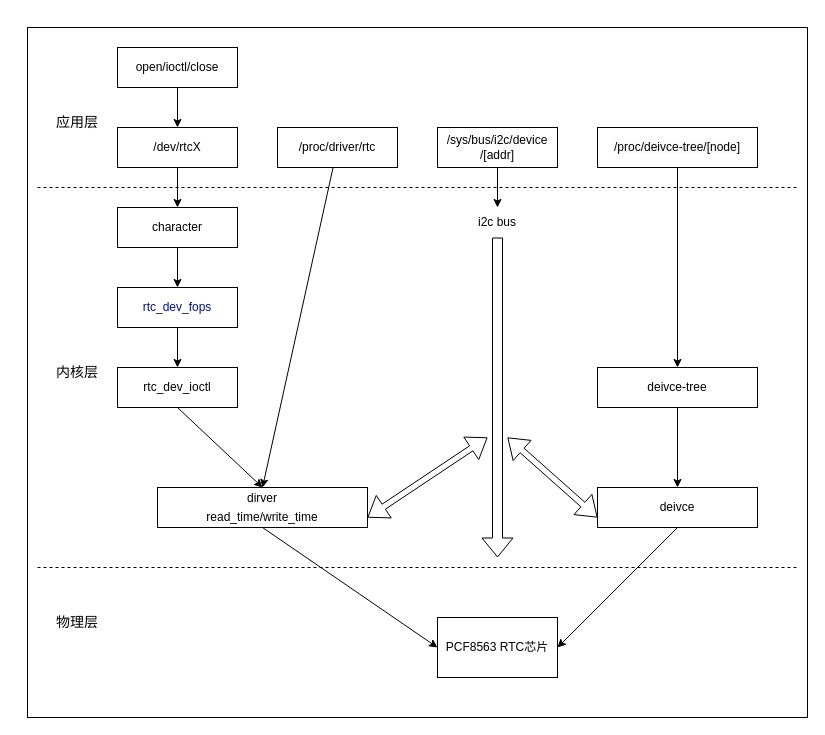
Above: page "rtc" (5 of 9) of src/file/tree.drawio in zc110747/build_embed_linux_system (draw.io), before the change. Source tidied: cells renumbered, new cells numbered last; positions are measured from the earlier drawing's top-left corner, leaving out a move shared by most shapes. Both pictures are drawn from the tidied source at 100%, with x=0, y=0 at pixel (27, 27).
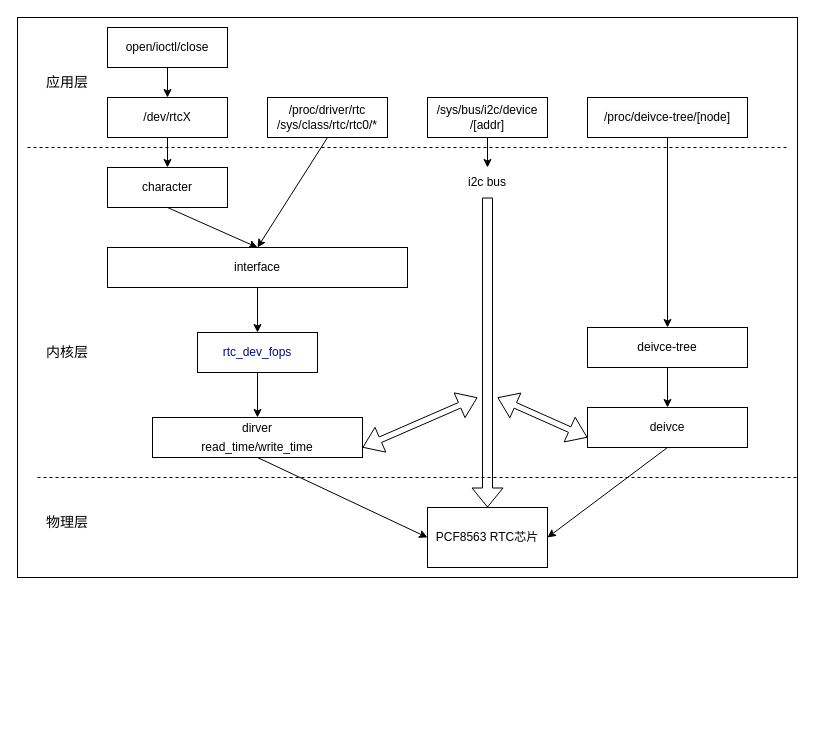
The same diagram, later.

What changed in the source:
```diff
@@
     <mxCell id="2" style="rounded=0;whiteSpace=wrap;html=1;fontFamily=Helvetica;fontSize=12;fontColor=#000000;" parent="1" vertex="1">
-      <mxGeometry width="780" height="690" as="geometry" />
+      <mxGeometry x="-10" y="-10" width="780" height="560" as="geometry" />
     </mxCell>
@@
     <mxCell id="4" value="open/ioctl/close" style="rounded=0;whiteSpace=wrap;html=1;" parent="1" vertex="1">
-      <mxGeometry x="90" y="20" width="120" height="40" as="geometry" />
+      <mxGeometry x="80" width="120" height="40" as="geometry" />
     </mxCell>
@@
     <mxCell id="6" value="/dev/rtcX" style="rounded=0;whiteSpace=wrap;html=1;" parent="1" vertex="1">
-      <mxGeometry x="90" y="100" width="120" height="40" as="geometry" />
+      <mxGeometry x="80" y="70" width="120" height="40" as="geometry" />
     </mxCell>
-    <mxCell id="7" style="edgeStyle=none;html=1;entryX=0.5;entryY=0;entryDx=0;entryDy=0;fontFamily=Helvetica;fontSize=12;fontColor=#000000;startArrow=none;startFill=0;endArrow=classic;endFill=1;" parent="1" edge="1" source="8" target="14">
-      <mxGeometry relative="1" as="geometry" />
-    </mxCell>
+    <mxCell id="35" style="edgeStyle=none;html=1;entryX=0.5;entryY=0;entryDx=0;entryDy=0;exitX=0.5;exitY=1;exitDx=0;exitDy=0;" parent="1" edge="1" source="8" target="12">
+      <mxGeometry relative="1" as="geometry" />
+    </mxCell>
-    <mxCell id="8" value="/proc/driver/rtc" style="rounded=0;whiteSpace=wrap;html=1;" parent="1" vertex="1">
-      <mxGeometry x="250" y="100" width="120" height="40" as="geometry" />
+    <mxCell id="8" value="/proc/driver/rtc&lt;br&gt;/sys/class/rtc/rtc0/*" style="rounded=0;whiteSpace=wrap;html=1;" parent="1" vertex="1">
+      <mxGeometry x="240" y="70" width="120" height="40" as="geometry" />
     </mxCell>
-    <mxCell id="9" style="edgeStyle=none;html=1;fontFamily=Helvetica;fontSize=12;fontColor=#000000;startArrow=none;startFill=0;endArrow=classic;endFill=1;" parent="1" edge="1" source="10" target="12">
+    <mxCell id="9" style="edgeStyle=none;html=1;entryX=0.5;entryY=0;entryDx=0;entryDy=0;exitX=0.5;exitY=1;exitDx=0;exitDy=0;" parent="1" edge="1" source="10" target="12">
       <mxGeometry relative="1" as="geometry" />
     </mxCell>
     <mxCell id="10" value="character" style="rounded=0;whiteSpace=wrap;html=1;" parent="1" vertex="1">
-      <mxGeometry x="90" y="180" width="120" height="40" as="geometry" />
+      <mxGeometry x="80" y="140" width="120" height="40" as="geometry" />
     </mxCell>
@@
-    <mxCell id="12" value="&lt;span style=&quot;color: rgb(0, 16, 128); background-color: rgb(255, 255, 255); font-size: 12px;&quot;&gt;rtc_dev_fops&lt;/span&gt;" style="rounded=0;whiteSpace=wrap;html=1;fontFamily=Helvetica;fontSize=12;" parent="1" vertex="1">
-      <mxGeometry x="90" y="260" width="120" height="40" as="geometry" />
+    <mxCell id="12" value="interface" style="rounded=0;whiteSpace=wrap;html=1;fontFamily=Helvetica;fontSize=12;" parent="1" vertex="1">
+      <mxGeometry x="80" y="220" width="300" height="40" as="geometry" />
     </mxCell>
-    <mxCell id="13" value="&lt;div style=&quot;background-color: rgb(255, 255, 255); font-size: 12px; line-height: 19px;&quot;&gt;&lt;span style=&quot;font-size: 12px;&quot;&gt;rtc_dev_ioctl&lt;/span&gt;&lt;/div&gt;" style="rounded=0;whiteSpace=wrap;html=1;fontFamily=Helvetica;fontSize=12;fontColor=#000000;" parent="1" vertex="1">
-      <mxGeometry x="90" y="340" width="120" height="40" as="geometry" />
+    <mxCell id="13" value="&lt;div style=&quot;background-color: rgb(255, 255, 255); font-size: 12px; line-height: 19px;&quot;&gt;&lt;span style=&quot;color: rgb(0, 16, 128);&quot;&gt;rtc_dev_fops&lt;/span&gt;&lt;br&gt;&lt;/div&gt;" style="rounded=0;whiteSpace=wrap;html=1;fontFamily=Helvetica;fontSize=12;fontColor=#000000;" parent="1" vertex="1">
+      <mxGeometry x="170" y="305" width="120" height="40" as="geometry" />
     </mxCell>
     <mxCell id="14" value="&lt;div style=&quot;background-color: rgb(255, 255, 255); font-size: 12px; line-height: 19px;&quot;&gt;&lt;span style=&quot;font-size: 12px;&quot;&gt;dirver&lt;/span&gt;&lt;/div&gt;&lt;div style=&quot;background-color: rgb(255, 255, 255); font-size: 12px; line-height: 19px;&quot;&gt;&lt;div style=&quot;line-height: 19px; font-size: 12px;&quot;&gt;read_time/write_time&lt;/div&gt;&lt;/div&gt;" style="rounded=0;whiteSpace=wrap;html=1;fontColor=#000000;fontFamily=Helvetica;fontSize=12;" parent="1" vertex="1">
-      <mxGeometry x="130" y="460" width="210" height="40" as="geometry" />
+      <mxGeometry x="125" y="390" width="210" height="40" as="geometry" />
     </mxCell>
     <mxCell id="15" value="&lt;div style=&quot;background-color: rgb(255, 255, 255); font-size: 12px; line-height: 19px;&quot;&gt;deivce&lt;/div&gt;" style="rounded=0;whiteSpace=wrap;html=1;fontColor=#000000;fontFamily=Helvetica;fontSize=12;" parent="1" vertex="1">
-      <mxGeometry x="570" y="460" width="160" height="40" as="geometry" />
+      <mxGeometry x="560" y="380" width="160" height="40" as="geometry" />
     </mxCell>
     <mxCell id="16" value="&lt;div style=&quot;background-color: rgb(255, 255, 255); font-size: 12px; line-height: 19px;&quot;&gt;deivce-tree&lt;/div&gt;" style="rounded=0;whiteSpace=wrap;html=1;fontColor=#000000;fontFamily=Helvetica;fontSize=12;" parent="1" vertex="1">
-      <mxGeometry x="570" y="340" width="160" height="40" as="geometry" />
+      <mxGeometry x="560" y="300" width="160" height="40" as="geometry" />
     </mxCell>
     <mxCell id="17" value="&lt;div style=&quot;background-color: rgb(255, 255, 255); font-size: 12px; line-height: 19px;&quot;&gt;&lt;span style=&quot;background-color: rgb(251, 251, 251);&quot;&gt;/proc/deivce-tree/[node]&lt;/span&gt;&lt;br&gt;&lt;/div&gt;" style="rounded=0;whiteSpace=wrap;html=1;fontColor=#000000;fontFamily=Helvetica;fontSize=12;" parent="1" vertex="1">
-      <mxGeometry x="570" y="100" width="160" height="40" as="geometry" />
+      <mxGeometry x="560" y="70" width="160" height="40" as="geometry" />
     </mxCell>
-    <mxCell id="18" style="shape=flexArrow;endArrow=none;startArrow=classic;html=1;fontFamily=Helvetica;fontSize=12;fontColor=#000000;endFill=0;entryX=0.5;entryY=1;entryDx=0;entryDy=0;" parent="1" edge="1" target="19">
-      <mxGeometry relative="1" as="geometry">
-        <mxPoint x="470" y="530" as="sourcePoint" />
-      </mxGeometry>
+    <mxCell id="18" style="shape=flexArrow;endArrow=none;startArrow=classic;html=1;fontFamily=Helvetica;fontSize=12;fontColor=#000000;endFill=0;entryX=0.5;entryY=1;entryDx=0;entryDy=0;exitX=0.5;exitY=0;exitDx=0;exitDy=0;" parent="1" edge="1" source="21" target="19">
+      <mxGeometry relative="1" as="geometry" />
     </mxCell>
     <mxCell id="19" value="i2c bus" style="text;html=1;strokeColor=none;fillColor=none;align=center;verticalAlign=middle;whiteSpace=wrap;rounded=0;fontFamily=Helvetica;fontSize=12;fontColor=#000000;" parent="1" vertex="1">
-      <mxGeometry x="440" y="180" width="60" height="30" as="geometry" />
+      <mxGeometry x="430" y="140" width="60" height="30" as="geometry" />
     </mxCell>
     <mxCell id="20" value="/sys/bus/i2c/device&lt;br&gt;/[addr]" style="rounded=0;whiteSpace=wrap;html=1;" parent="1" vertex="1">
-      <mxGeometry x="410" y="100" width="120" height="40" as="geometry" />
+      <mxGeometry x="400" y="70" width="120" height="40" as="geometry" />
     </mxCell>
     <mxCell id="21" value="PCF8563 RTC芯片" style="rounded=0;whiteSpace=wrap;html=1;fontFamily=Helvetica;fontSize=12;fontColor=#000000;" parent="1" vertex="1">
-      <mxGeometry x="410" y="590" width="120" height="60" as="geometry" />
+      <mxGeometry x="400" y="480" width="120" height="60" as="geometry" />
     </mxCell>
     <mxCell id="22" style="shape=flexArrow;endArrow=classic;startArrow=classic;html=1;fontFamily=Helvetica;fontSize=12;fontColor=#000000;exitX=1;exitY=0.75;exitDx=0;exitDy=0;width=6;" parent="1" edge="1" source="14">
       <mxGeometry relative="1" as="geometry">
-        <mxPoint x="460" y="410" as="targetPoint" />
+        <mxPoint x="450" y="370" as="targetPoint" />
       </mxGeometry>
     </mxCell>
     <mxCell id="23" style="shape=flexArrow;endArrow=classic;startArrow=classic;html=1;fontFamily=Helvetica;fontSize=12;fontColor=#000000;exitX=0;exitY=0.75;exitDx=0;exitDy=0;width=6;" parent="1" edge="1" source="15">
       <mxGeometry relative="1" as="geometry">
-        <mxPoint x="480" y="410" as="targetPoint" />
+        <mxPoint x="470" y="370" as="targetPoint" />
       </mxGeometry>
     </mxCell>
     <mxCell id="24" style="endArrow=none;dashed=1;html=1;fontFamily=Helvetica;fontSize=12;fontColor=#000000;" parent="1" edge="1">
       <mxGeometry relative="1" as="geometry">
-        <mxPoint x="10" y="540" as="sourcePoint" />
-        <mxPoint x="770" y="540" as="targetPoint" />
+        <mxPoint x="10" y="450" as="sourcePoint" />
+        <mxPoint x="770" y="450" as="targetPoint" />
       </mxGeometry>
     </mxCell>
@@
-    <mxCell id="30" style="endArrow=classic;html=1;fontFamily=Helvetica;fontSize=12;fontColor=#000000;entryX=1;entryY=0.5;entryDx=0;entryDy=0;" parent="1" edge="1" target="21">
-      <mxGeometry relative="1" as="geometry">
-        <mxPoint x="650" y="500" as="sourcePoint" />
-      </mxGeometry>
+    <mxCell id="30" style="endArrow=classic;html=1;fontFamily=Helvetica;fontSize=12;fontColor=#000000;entryX=1;entryY=0.5;entryDx=0;entryDy=0;exitX=0.5;exitY=1;exitDx=0;exitDy=0;" parent="1" edge="1" source="15" target="21">
+      <mxGeometry relative="1" as="geometry" />
     </mxCell>
     <mxCell id="31" style="endArrow=none;dashed=1;html=1;fontFamily=Helvetica;fontSize=12;fontColor=#000000;" parent="1" edge="1">
       <mxGeometry relative="1" as="geometry">
-        <mxPoint x="10" y="160" as="sourcePoint" />
-        <mxPoint x="770" y="160" as="targetPoint" />
+        <mxPoint y="120" as="sourcePoint" />
+        <mxPoint x="760" y="120" as="targetPoint" />
       </mxGeometry>
     </mxCell>
     <mxCell id="32" value="&lt;span style=&quot;font-size: 14px;&quot;&gt;内核层&lt;/span&gt;" style="text;html=1;strokeColor=none;fillColor=none;align=center;verticalAlign=middle;whiteSpace=wrap;rounded=0;fontFamily=Helvetica;fontSize=12;fontColor=#000000;" parent="1" vertex="1">
-      <mxGeometry x="20" y="330" width="60" height="30" as="geometry" />
+      <mxGeometry x="10" y="310" width="60" height="30" as="geometry" />
     </mxCell>
     <mxCell id="33" value="应用层" style="text;html=1;strokeColor=none;fillColor=none;align=center;verticalAlign=middle;whiteSpace=wrap;rounded=0;fontSize=14;" parent="1" vertex="1">
-      <mxGeometry x="20" y="80" width="60" height="30" as="geometry" />
+      <mxGeometry x="10" y="40" width="60" height="30" as="geometry" />
     </mxCell>
     <mxCell id="34" value="物理层" style="text;html=1;strokeColor=none;fillColor=none;align=center;verticalAlign=middle;whiteSpace=wrap;rounded=0;fontSize=14;" parent="1" vertex="1">
-      <mxGeometry x="20" y="580" width="60" height="30" as="geometry" />
+      <mxGeometry x="10" y="480" width="60" height="30" as="geometry" />
     </mxCell>
```
